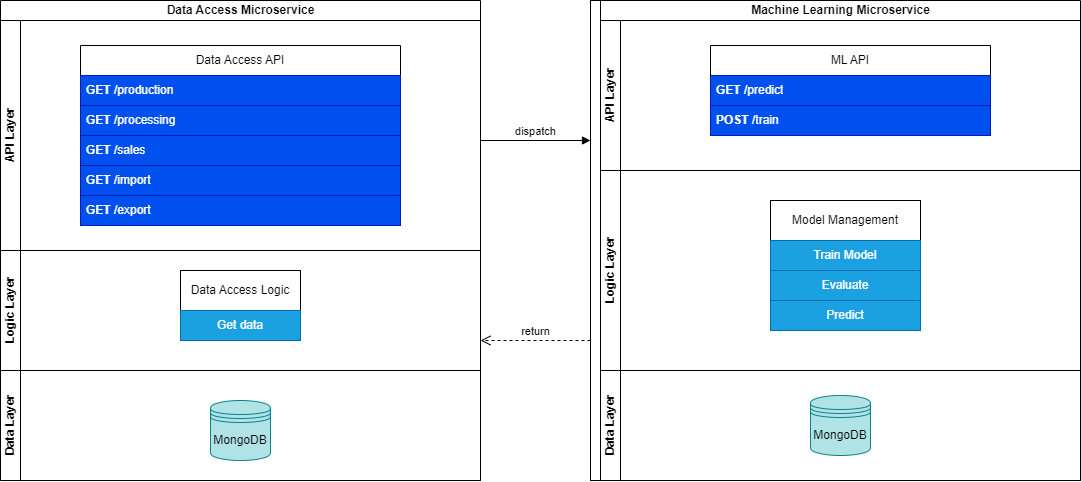
Earlier version of the draw.io export 1MLET_FASE1_TECH_CHALLENGE.drawio.png (brunomcr/1MLET_FASE1_TECH_CHALLENGE). Source tidied: cells renumbered, new cells last; positions are measured from the earlier drawing's top-left corner, leaving out a move shared by most shapes. The source it was exported from:
```xml
<mxGraphModel>
  <root>
    <mxCell id="0" />
    <mxCell id="1" parent="0" />
    <mxCell id="2" value="Data Access Microservice" style="swimlane;horizontal=1;startSize=20;html=1;" parent="1" vertex="1">
      <mxGeometry width="480" height="480" as="geometry" />
    </mxCell>
    <mxCell id="3" value="API Layer" style="swimlane;startSize=20;horizontal=0;html=1;fillColor=default;glass=0;swimlaneLine=1;shadow=0;" parent="2" vertex="1">
      <mxGeometry y="20" width="480" height="230" as="geometry" />
    </mxCell>
    <mxCell id="4" value="Data Access API" style="swimlane;fontStyle=0;horizontal=1;startSize=30;whiteSpace=wrap;html=1;" parent="3" vertex="1">
      <mxGeometry x="80" y="25" width="320" height="180" as="geometry" />
    </mxCell>
    <mxCell id="5" value="&lt;b&gt;GET&lt;/b&gt; /production" style="text;strokeColor=#001DBC;fillColor=#0050ef;align=left;verticalAlign=middle;spacingLeft=4;spacingRight=4;overflow=hidden;whiteSpace=wrap;html=1;fontStyle=0;fontColor=#ffffff;" parent="4" vertex="1">
      <mxGeometry y="30" width="320" height="30" as="geometry" />
    </mxCell>
    <mxCell id="6" value="&lt;b&gt;GET&lt;/b&gt; /processing" style="text;strokeColor=#001DBC;fillColor=#0050ef;align=left;verticalAlign=middle;spacingLeft=4;spacingRight=4;overflow=hidden;whiteSpace=wrap;html=1;fontStyle=0;fontColor=#ffffff;" parent="4" vertex="1">
      <mxGeometry y="60" width="320" height="30" as="geometry" />
    </mxCell>
    <mxCell id="7" value="&lt;b&gt;GET&lt;/b&gt; /sales" style="text;strokeColor=#001DBC;fillColor=#0050ef;align=left;verticalAlign=middle;spacingLeft=4;spacingRight=4;overflow=hidden;whiteSpace=wrap;html=1;fontStyle=0;fontColor=#ffffff;" parent="4" vertex="1">
      <mxGeometry y="90" width="320" height="30" as="geometry" />
    </mxCell>
    <mxCell id="8" value="&lt;b&gt;GET&lt;/b&gt; /import" style="text;strokeColor=#001DBC;fillColor=#0050ef;align=left;verticalAlign=middle;spacingLeft=4;spacingRight=4;overflow=hidden;whiteSpace=wrap;html=1;fontStyle=0;fontColor=#ffffff;" parent="4" vertex="1">
      <mxGeometry y="120" width="320" height="30" as="geometry" />
    </mxCell>
    <mxCell id="9" value="&lt;b&gt;GET&lt;/b&gt; /export" style="text;strokeColor=#001DBC;fillColor=#0050ef;align=left;verticalAlign=middle;spacingLeft=4;spacingRight=4;overflow=hidden;whiteSpace=wrap;html=1;fontStyle=0;fontColor=#ffffff;" parent="4" vertex="1">
      <mxGeometry y="150" width="320" height="30" as="geometry" />
    </mxCell>
    <mxCell id="10" value="Logic Layer" style="swimlane;startSize=20;horizontal=0;html=1;" parent="2" vertex="1">
      <mxGeometry y="250" width="480" height="120" as="geometry" />
    </mxCell>
    <mxCell id="11" style="group;" parent="10" vertex="1">
      <mxGeometry x="180" y="20" width="120" height="70" as="geometry" />
    </mxCell>
    <mxCell id="12" value="Data Access Logic" style="rounded=0;whiteSpace=wrap;html=1;" parent="11" vertex="1">
      <mxGeometry width="120" height="40" as="geometry" />
    </mxCell>
    <mxCell id="13" value="Get data" style="rounded=0;whiteSpace=wrap;html=1;fillColor=#1ba1e2;strokeColor=#006EAF;fontColor=#ffffff;" parent="11" vertex="1">
      <mxGeometry y="40" width="120" height="30" as="geometry" />
    </mxCell>
    <mxCell id="14" value="Data Layer" style="swimlane;startSize=20;horizontal=0;html=1;" parent="2" vertex="1">
      <mxGeometry y="370" width="480" height="110" as="geometry" />
    </mxCell>
    <mxCell id="15" style="group;" parent="14" vertex="1">
      <mxGeometry x="210" y="30" width="60" height="60" as="geometry" />
    </mxCell>
    <mxCell id="16" style="shape=datastore;whiteSpace=wrap;html=1;fillColor=#b0e3e6;strokeColor=#0e8088;" parent="15" vertex="1">
      <mxGeometry width="60" height="60" as="geometry" />
    </mxCell>
    <mxCell id="17" value="MongoDB" style="text;html=1;align=center;verticalAlign=middle;whiteSpace=wrap;rounded=0;fontStyle=0;" parent="15" vertex="1">
      <mxGeometry y="25" width="60" height="30" as="geometry" />
    </mxCell>
    <mxCell id="18" value="Machine Learning Microservice" style="swimlane;horizontal=1;startSize=20;html=1;" parent="1" vertex="1">
      <mxGeometry x="600" width="480" height="480" as="geometry" />
    </mxCell>
    <mxCell id="19" value="API Layer" style="swimlane;startSize=20;horizontal=0;html=1;fillColor=default;glass=0;swimlaneLine=1;shadow=0;" parent="18" vertex="1">
      <mxGeometry y="20" width="480" height="150" as="geometry" />
    </mxCell>
    <mxCell id="20" value="ML API" style="swimlane;fontStyle=0;horizontal=1;startSize=30;whiteSpace=wrap;html=1;" parent="19" vertex="1">
      <mxGeometry x="110" y="25" width="280" height="90" as="geometry" />
    </mxCell>
    <mxCell id="21" value="&lt;b&gt;GET&lt;/b&gt; /predict" style="text;strokeColor=#001DBC;fillColor=#0050ef;align=left;verticalAlign=middle;spacingLeft=4;spacingRight=4;overflow=hidden;whiteSpace=wrap;html=1;fontStyle=0;fontColor=#ffffff;" parent="20" vertex="1">
      <mxGeometry y="30" width="280" height="30" as="geometry" />
    </mxCell>
    <mxCell id="22" value="&lt;b&gt;POST&lt;/b&gt; /train" style="text;strokeColor=#001DBC;fillColor=#0050ef;align=left;verticalAlign=middle;spacingLeft=4;spacingRight=4;overflow=hidden;whiteSpace=wrap;html=1;fontStyle=0;fontColor=#ffffff;" parent="20" vertex="1">
      <mxGeometry y="60" width="280" height="30" as="geometry" />
    </mxCell>
    <mxCell id="23" value="Logic Layer" style="swimlane;startSize=20;horizontal=0;html=1;" parent="18" vertex="1">
      <mxGeometry y="170" width="480" height="200" as="geometry" />
    </mxCell>
    <mxCell id="24" style="group;" parent="23" vertex="1">
      <mxGeometry x="170" y="30" width="150" height="130" as="geometry" />
    </mxCell>
    <mxCell id="25" value="Model Management" style="rounded=0;whiteSpace=wrap;html=1;" parent="24" vertex="1">
      <mxGeometry width="150" height="40" as="geometry" />
    </mxCell>
    <mxCell id="26" value="Train Model" style="rounded=0;whiteSpace=wrap;html=1;fillColor=#1ba1e2;strokeColor=#006EAF;fontColor=#ffffff;" parent="24" vertex="1">
      <mxGeometry y="40" width="150" height="30" as="geometry" />
    </mxCell>
    <mxCell id="27" value="Evaluate" style="rounded=0;whiteSpace=wrap;html=1;fillColor=#1ba1e2;strokeColor=#006EAF;fontColor=#ffffff;" parent="24" vertex="1">
      <mxGeometry y="70" width="150" height="30" as="geometry" />
    </mxCell>
    <mxCell id="28" value="Predict" style="rounded=0;whiteSpace=wrap;html=1;fillColor=#1ba1e2;strokeColor=#006EAF;fontColor=#ffffff;" parent="24" vertex="1">
      <mxGeometry y="100" width="150" height="30" as="geometry" />
    </mxCell>
    <mxCell id="29" value="Data Layer" style="swimlane;startSize=20;horizontal=0;html=1;" parent="18" vertex="1">
      <mxGeometry y="370" width="480" height="110" as="geometry" />
    </mxCell>
    <mxCell id="30" style="group;" parent="29" vertex="1">
      <mxGeometry x="210" y="25" width="60" height="60" as="geometry" />
    </mxCell>
    <mxCell id="31" style="shape=datastore;whiteSpace=wrap;html=1;fillColor=#b0e3e6;strokeColor=#0e8088;" parent="30" vertex="1">
      <mxGeometry width="60" height="60" as="geometry" />
    </mxCell>
    <mxCell id="32" value="MongoDB" style="text;html=1;align=center;verticalAlign=middle;whiteSpace=wrap;rounded=0;fontStyle=0;" parent="30" vertex="1">
      <mxGeometry y="25" width="60" height="30" as="geometry" />
    </mxCell>
    <mxCell id="33" style="html=1;points=[[0,0,0,0,5],[0,1,0,0,-5],[1,0,0,0,5],[1,1,0,0,-5]];perimeter=orthogonalPerimeter;outlineConnect=0;targetShapes=umlLifeline;portConstraint=eastwest;newEdgeStyle={&quot;curved&quot;:0,&quot;rounded&quot;:0};" parent="1" vertex="1">
      <mxGeometry x="590" width="10" height="480" as="geometry" />
    </mxCell>
    <mxCell id="34" value="dispatch" style="html=1;verticalAlign=bottom;endArrow=block;curved=0;rounded=0;" parent="1" edge="1" target="33">
      <mxGeometry relative="1" as="geometry">
        <mxPoint x="480" y="140" as="sourcePoint" />
      </mxGeometry>
    </mxCell>
    <mxCell id="35" value="return" style="html=1;verticalAlign=bottom;endArrow=open;dashed=1;endSize=8;curved=0;rounded=0;entryX=1;entryY=0.75;entryDx=0;entryDy=0;" parent="1" edge="1" source="33" target="10">
      <mxGeometry relative="1" as="geometry" />
    </mxCell>
  </root>
</mxGraphModel>
```
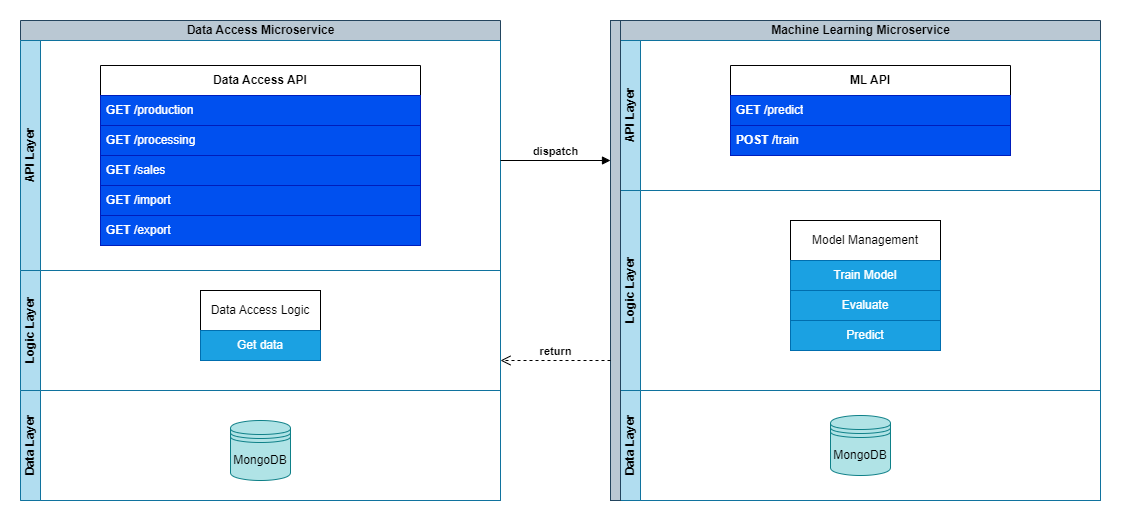
After the commit.

Change to the diagram source:
```diff
@@ -2,13 +2,13 @@
   <root>
     <mxCell id="0" />
     <mxCell id="1" parent="0" />
-    <mxCell id="2" value="Data Access Microservice" style="swimlane;horizontal=1;startSize=20;html=1;" parent="1" vertex="1">
+    <mxCell id="2" value="Data Access Microservice" style="swimlane;horizontal=1;startSize=20;html=1;fillStyle=solid;fillColor=#bac8d3;strokeColor=#23445d;" parent="1" vertex="1">
       <mxGeometry width="480" height="480" as="geometry" />
     </mxCell>
-    <mxCell id="3" value="API Layer" style="swimlane;startSize=20;horizontal=0;html=1;fillColor=default;glass=0;swimlaneLine=1;shadow=0;" parent="2" vertex="1">
+    <mxCell id="3" value="API Layer" style="swimlane;startSize=20;horizontal=0;html=1;fillColor=#b1ddf0;glass=0;swimlaneLine=1;shadow=0;strokeColor=#10739e;" parent="2" vertex="1">
       <mxGeometry y="20" width="480" height="230" as="geometry" />
     </mxCell>
-    <mxCell id="4" value="Data Access API" style="swimlane;fontStyle=0;horizontal=1;startSize=30;whiteSpace=wrap;html=1;" parent="3" vertex="1">
+    <mxCell id="4" value="Data Access API" style="swimlane;fontStyle=1;horizontal=1;startSize=30;whiteSpace=wrap;html=1;" parent="3" vertex="1">
       <mxGeometry x="80" y="25" width="320" height="180" as="geometry" />
     </mxCell>
     <mxCell id="5" value="&lt;b&gt;GET&lt;/b&gt; /production" style="text;strokeColor=#001DBC;fillColor=#0050ef;align=left;verticalAlign=middle;spacingLeft=4;spacingRight=4;overflow=hidden;whiteSpace=wrap;html=1;fontStyle=0;fontColor=#ffffff;" parent="4" vertex="1">
@@ -26,7 +26,7 @@
     <mxCell id="9" value="&lt;b&gt;GET&lt;/b&gt; /export" style="text;strokeColor=#001DBC;fillColor=#0050ef;align=left;verticalAlign=middle;spacingLeft=4;spacingRight=4;overflow=hidden;whiteSpace=wrap;html=1;fontStyle=0;fontColor=#ffffff;" parent="4" vertex="1">
       <mxGeometry y="150" width="320" height="30" as="geometry" />
     </mxCell>
-    <mxCell id="10" value="Logic Layer" style="swimlane;startSize=20;horizontal=0;html=1;" parent="2" vertex="1">
+    <mxCell id="10" value="Logic Layer" style="swimlane;startSize=20;horizontal=0;html=1;fillColor=#b1ddf0;strokeColor=#10739e;" parent="2" vertex="1">
       <mxGeometry y="250" width="480" height="120" as="geometry" />
     </mxCell>
     <mxCell id="11" style="group;" parent="10" vertex="1">
@@ -38,7 +38,7 @@
     <mxCell id="13" value="Get data" style="rounded=0;whiteSpace=wrap;html=1;fillColor=#1ba1e2;strokeColor=#006EAF;fontColor=#ffffff;" parent="11" vertex="1">
       <mxGeometry y="40" width="120" height="30" as="geometry" />
     </mxCell>
-    <mxCell id="14" value="Data Layer" style="swimlane;startSize=20;horizontal=0;html=1;" parent="2" vertex="1">
+    <mxCell id="14" value="Data Layer" style="swimlane;startSize=20;horizontal=0;html=1;fillColor=#b1ddf0;strokeColor=#10739e;" parent="2" vertex="1">
       <mxGeometry y="370" width="480" height="110" as="geometry" />
     </mxCell>
     <mxCell id="15" style="group;" parent="14" vertex="1">
@@ -50,13 +50,13 @@
     <mxCell id="17" value="MongoDB" style="text;html=1;align=center;verticalAlign=middle;whiteSpace=wrap;rounded=0;fontStyle=0;" parent="15" vertex="1">
       <mxGeometry y="25" width="60" height="30" as="geometry" />
     </mxCell>
-    <mxCell id="18" value="Machine Learning Microservice" style="swimlane;horizontal=1;startSize=20;html=1;" parent="1" vertex="1">
+    <mxCell id="18" value="Machine Learning Microservice" style="swimlane;horizontal=1;startSize=20;html=1;fillColor=#bac8d3;strokeColor=#23445d;" parent="1" vertex="1">
       <mxGeometry x="600" width="480" height="480" as="geometry" />
     </mxCell>
-    <mxCell id="19" value="API Layer" style="swimlane;startSize=20;horizontal=0;html=1;fillColor=default;glass=0;swimlaneLine=1;shadow=0;" parent="18" vertex="1">
+    <mxCell id="19" value="API Layer" style="swimlane;startSize=20;horizontal=0;html=1;fillColor=#b1ddf0;glass=0;swimlaneLine=1;shadow=0;strokeColor=#10739e;" parent="18" vertex="1">
       <mxGeometry y="20" width="480" height="150" as="geometry" />
     </mxCell>
-    <mxCell id="20" value="ML API" style="swimlane;fontStyle=0;horizontal=1;startSize=30;whiteSpace=wrap;html=1;" parent="19" vertex="1">
+    <mxCell id="20" value="ML API" style="swimlane;fontStyle=1;horizontal=1;startSize=30;whiteSpace=wrap;html=1;" parent="19" vertex="1">
       <mxGeometry x="110" y="25" width="280" height="90" as="geometry" />
     </mxCell>
     <mxCell id="21" value="&lt;b&gt;GET&lt;/b&gt; /predict" style="text;strokeColor=#001DBC;fillColor=#0050ef;align=left;verticalAlign=middle;spacingLeft=4;spacingRight=4;overflow=hidden;whiteSpace=wrap;html=1;fontStyle=0;fontColor=#ffffff;" parent="20" vertex="1">
@@ -65,7 +65,7 @@
     <mxCell id="22" value="&lt;b&gt;POST&lt;/b&gt; /train" style="text;strokeColor=#001DBC;fillColor=#0050ef;align=left;verticalAlign=middle;spacingLeft=4;spacingRight=4;overflow=hidden;whiteSpace=wrap;html=1;fontStyle=0;fontColor=#ffffff;" parent="20" vertex="1">
       <mxGeometry y="60" width="280" height="30" as="geometry" />
     </mxCell>
-    <mxCell id="23" value="Logic Layer" style="swimlane;startSize=20;horizontal=0;html=1;" parent="18" vertex="1">
+    <mxCell id="23" value="Logic Layer" style="swimlane;startSize=20;horizontal=0;html=1;fillColor=#b1ddf0;strokeColor=#10739e;" parent="18" vertex="1">
       <mxGeometry y="170" width="480" height="200" as="geometry" />
     </mxCell>
     <mxCell id="24" style="group;" parent="23" vertex="1">
@@ -83,7 +83,7 @@
     <mxCell id="28" value="Predict" style="rounded=0;whiteSpace=wrap;html=1;fillColor=#1ba1e2;strokeColor=#006EAF;fontColor=#ffffff;" parent="24" vertex="1">
       <mxGeometry y="100" width="150" height="30" as="geometry" />
     </mxCell>
-    <mxCell id="29" value="Data Layer" style="swimlane;startSize=20;horizontal=0;html=1;" parent="18" vertex="1">
+    <mxCell id="29" value="Data Layer" style="swimlane;startSize=20;horizontal=0;html=1;fillColor=#b1ddf0;strokeColor=#10739e;" parent="18" vertex="1">
       <mxGeometry y="370" width="480" height="110" as="geometry" />
     </mxCell>
     <mxCell id="30" style="group;" parent="29" vertex="1">
@@ -95,15 +95,15 @@
     <mxCell id="32" value="MongoDB" style="text;html=1;align=center;verticalAlign=middle;whiteSpace=wrap;rounded=0;fontStyle=0;" parent="30" vertex="1">
       <mxGeometry y="25" width="60" height="30" as="geometry" />
     </mxCell>
-    <mxCell id="33" style="html=1;points=[[0,0,0,0,5],[0,1,0,0,-5],[1,0,0,0,5],[1,1,0,0,-5]];perimeter=orthogonalPerimeter;outlineConnect=0;targetShapes=umlLifeline;portConstraint=eastwest;newEdgeStyle={&quot;curved&quot;:0,&quot;rounded&quot;:0};" parent="1" vertex="1">
+    <mxCell id="33" style="html=1;points=[[0,0,0,0,5],[0,1,0,0,-5],[1,0,0,0,5],[1,1,0,0,-5]];perimeter=orthogonalPerimeter;outlineConnect=0;targetShapes=umlLifeline;portConstraint=eastwest;newEdgeStyle={&quot;curved&quot;:0,&quot;rounded&quot;:0};fillColor=#bac8d3;strokeColor=#23445d;" parent="1" vertex="1">
       <mxGeometry x="590" width="10" height="480" as="geometry" />
     </mxCell>
-    <mxCell id="34" value="dispatch" style="html=1;verticalAlign=bottom;endArrow=block;curved=0;rounded=0;" parent="1" edge="1" target="33">
+    <mxCell id="34" value="dispatch" style="html=1;verticalAlign=bottom;endArrow=block;curved=0;rounded=0;fontStyle=1;" parent="1" edge="1" target="33">
       <mxGeometry relative="1" as="geometry">
         <mxPoint x="480" y="140" as="sourcePoint" />
       </mxGeometry>
     </mxCell>
-    <mxCell id="35" value="return" style="html=1;verticalAlign=bottom;endArrow=open;dashed=1;endSize=8;curved=0;rounded=0;entryX=1;entryY=0.75;entryDx=0;entryDy=0;" parent="1" edge="1" source="33" target="10">
+    <mxCell id="35" value="return" style="html=1;verticalAlign=bottom;endArrow=open;dashed=1;endSize=8;curved=0;rounded=0;entryX=1;entryY=0.75;entryDx=0;entryDy=0;fontStyle=1;" parent="1" edge="1" source="33" target="10">
       <mxGeometry relative="1" as="geometry" />
     </mxCell>
   </root>
```
